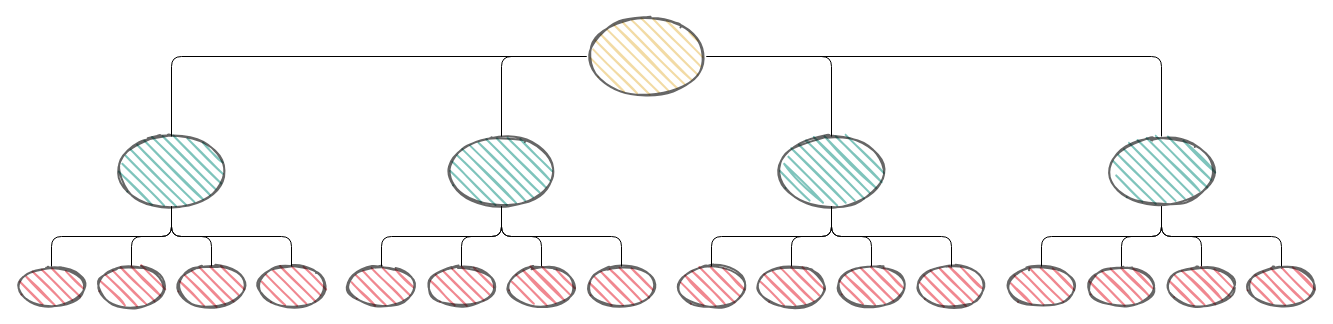
Earlier version of the draw.io diagram page "mysql-quadtree-demo" (10 of 36) of mysql/mysql.drawio (boilingfrog/Go-POINT). Source tidied: cells renumbered, new cells numbered last; positions are measured from the earlier drawing's top-left corner, leaving out a move shared by most shapes. Both pictures are drawn from the tidied source at 100%, with x=0, y=0 at pixel (16, 16).
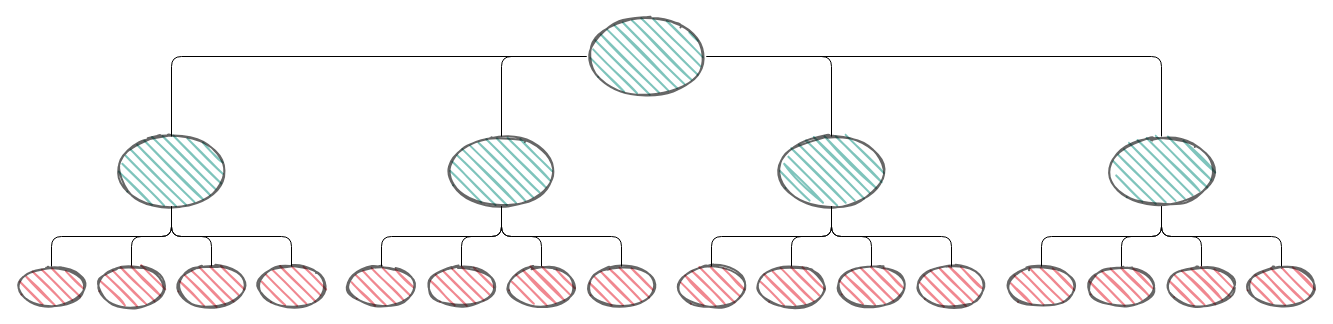
After the change.

The edit, as a diff of the source:
```diff
@@
-    <mxCell id="6" style="ellipse;whiteSpace=wrap;html=1;fontSize=16;fillColor=#E9C46A;rounded=1;fillStyle=dots;strokeWidth=2;opacity=60;fillWeight=2;hachureGap=8;hachureAngle=45;sketch=1;" parent="1" vertex="1">
+    <mxCell id="6" style="ellipse;whiteSpace=wrap;html=1;fontSize=18;fillColor=#2A9D8F;rounded=0;fillStyle=dots;strokeWidth=2;opacity=60;fillWeight=2;hachureGap=8;hachureAngle=45;sketch=1;" parent="1" vertex="1">
       <mxGeometry x="570" width="120" height="80" as="geometry" />
     </mxCell>
```
